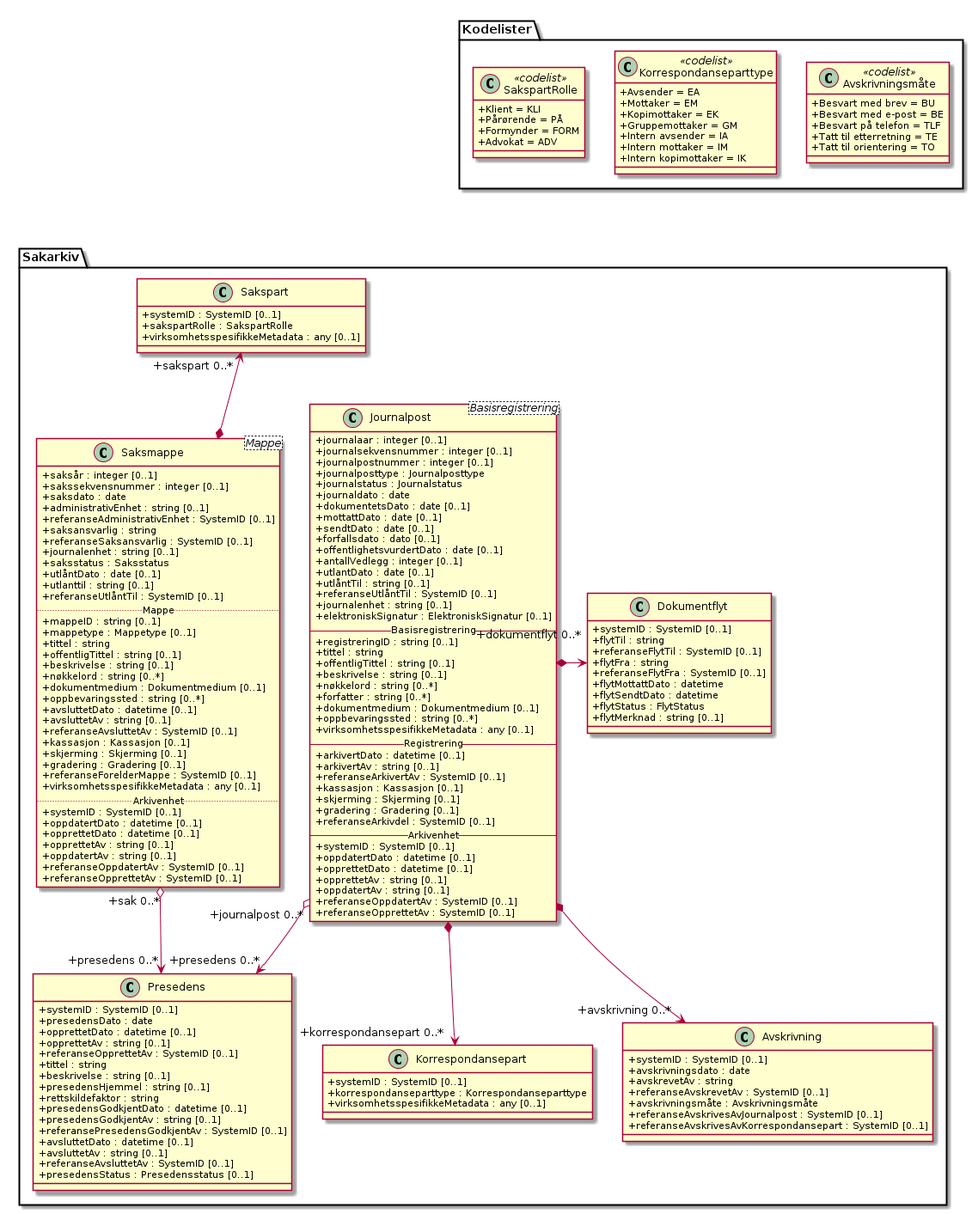
Above: kapitler/media/uml-klasse-saksbehandling.png in arkivverket/noark5-tjenestegrensesnitt-standard (PlantUML), before the change. Its diagram source:
```plantuml
@startuml
skinparam classAttributeIconSize 0

class Sakarkiv.Saksmappe <Mappe> {
  +saksår : integer [0..1]
  +sakssekvensnummer : integer [0..1]
  +saksdato : date
  +administrativEnhet : string [0..1]
  +referanseAdministrativEnhet : SystemID [0..1]
  +saksansvarlig : string
  +referanseSaksansvarlig : SystemID [0..1]
  +journalenhet : string [0..1]
  +saksstatus : Saksstatus
  +utlåntDato : date [0..1]
  +utlanttil : string [0..1]
  +referanseUtlåntTil : SystemID [0..1]

  .. Mappe ..
  +mappeID : string [0..1]
  +mappetype : Mappetype [0..1]
  +tittel : string
  +offentligTittel : string [0..1]
  +beskrivelse : string [0..1]
  +nøkkelord : string [0..*]
  +dokumentmedium : Dokumentmedium [0..1]
  +oppbevaringssted : string [0..*]
  +avsluttetDato : datetime [0..1]
  +avsluttetAv : string [0..1]
  +referanseAvsluttetAv : SystemID [0..1]
  +kassasjon : Kassasjon [0..1]
  +skjerming : Skjerming [0..1]
  +gradering : Gradering [0..1]
  +referanseForelderMappe : SystemID [0..1]
  +virksomhetsspesifikkeMetadata : any [0..1]

  .. Arkivenhet ..
  +systemID : SystemID [0..1]
  +oppdatertDato : datetime [0..1]
  +opprettetDato : datetime [0..1]
  +opprettetAv : string [0..1]
  +oppdatertAv : string [0..1]
  +referanseOppdatertAv : SystemID [0..1]
  +referanseOpprettetAv : SystemID [0..1]
}
class Sakarkiv.Presedens {
  +systemID : SystemID [0..1]
  +presedensDato : date
  +opprettetDato : datetime [0..1]
  +opprettetAv : string [0..1]
  +referanseOpprettetAv : SystemID [0..1]
  +tittel : string
  +beskrivelse : string [0..1]
  +presedensHjemmel : string [0..1]
  +rettskildefaktor : string
  +presedensGodkjentDato : datetime [0..1]
  +presedensGodkjentAv : string [0..1]
  +referansePresedensGodkjentAv : SystemID [0..1]
  +avsluttetDato : datetime [0..1]
  +avsluttetAv : string [0..1]
  +referanseAvsluttetAv : SystemID [0..1]
  +presedensStatus : Presedensstatus [0..1]
}
class Sakarkiv.Sakspart {
  +systemID : SystemID [0..1]
  +sakspartRolle : SakspartRolle
  +virksomhetsspesifikkeMetadata : any [0..1]
}
class Kodelister.SakspartRolle <<codelist>> {
  +Klient = KLI
  +Pårørende = PÅ
  +Formynder = FORM
  +Advokat = ADV
}
class Sakarkiv.Journalpost <Basisregistrering> {
  +journalaar : integer [0..1]
  +journalsekvensnummer : integer [0..1]
  +journalpostnummer : integer [0..1]
  +journalposttype : Journalposttype
  +journalstatus : Journalstatus
  +journaldato : date
  +dokumentetsDato : date [0..1]
  +mottattDato : date [0..1]
  +sendtDato : date [0..1]
  +forfallsdato : dato [0..1]
  +offentlighetsvurdertDato : date [0..1]
  +antallVedlegg : integer [0..1]
  +utlantDato : date [0..1]
  +utlåntTil : string [0..1]
  +referanseUtlåntTil : SystemID [0..1]
  +journalenhet : string [0..1]
  +elektroniskSignatur : ElektroniskSignatur [0..1]

  -- Basisregistrering --
  +registreringID : string [0..1]
  +tittel : string
  +offentligTittel : string [0..1]
  +beskrivelse : string [0..1]
  +nøkkelord : string [0..*]
  +forfatter : string [0..*]
  +dokumentmedium : Dokumentmedium [0..1]
  +oppbevaringssted : string [0..*]
  +virksomhetsspesifikkeMetadata : any [0..1]

  -- Registrering --
  +arkivertDato : datetime [0..1]
  +arkivertAv : string [0..1]
  +referanseArkivertAv : SystemID [0..1]
  +kassasjon : Kassasjon [0..1]
  +skjerming : Skjerming [0..1]
  +gradering : Gradering [0..1]
  +referanseArkivdel : SystemID [0..1]

  -- Arkivenhet --
  +systemID : SystemID [0..1]
  +oppdatertDato : datetime [0..1]
  +opprettetDato : datetime [0..1]
  +opprettetAv : string [0..1]
  +oppdatertAv : string [0..1]
  +referanseOppdatertAv : SystemID [0..1]
  +referanseOpprettetAv : SystemID [0..1]
}
class Sakarkiv.Korrespondansepart {
  +systemID : SystemID [0..1]
  +korrespondanseparttype : Korrespondanseparttype
  +virksomhetsspesifikkeMetadata : any [0..1]
}
class Kodelister.Korrespondanseparttype <<codelist>> {
  +Avsender = EA
  +Mottaker = EM
  +Kopimottaker = EK
  +Gruppemottaker = GM
  +Intern avsender = IA
  +Intern mottaker = IM
  +Intern kopimottaker = IK
}
class Sakarkiv.Avskrivning {
  +systemID : SystemID [0..1]
  +avskrivningsdato : date
  +avskrevetAv : string
  +referanseAvskrevetAv : SystemID [0..1]
  +avskrivningsmåte : Avskrivningsmåte
  +referanseAvskrivesAvJournalpost : SystemID [0..1]
  +referanseAvskrivesAvKorrespondansepart : SystemID [0..1]
}
class Kodelister.Avskrivningsmåte <<codelist>> {
  +Besvart med brev = BU
  +Besvart med e-post = BE
  +Besvart på telefon = TLF
  +Tatt til etterretning = TE
  +Tatt til orientering = TO
}
class Sakarkiv.Dokumentflyt {
  +systemID : SystemID [0..1]
  +flytTil : string
  +referanseFlytTil : SystemID [0..1]
  +flytFra : string
  +referanseFlytFra : SystemID [0..1]
  +flytMottattDato : datetime
  +flytSendtDato : datetime
  +flytStatus : FlytStatus
  +flytMerknad : string [0..1]
}

Sakarkiv.Sakspart "+sakspart 0..*" <--* Sakarkiv.Saksmappe
Kodelister.SakspartRolle <-[hidden]--  Sakarkiv.Sakspart
Sakarkiv.Saksmappe "+sak 0..*" o--> "+presedens 0..*" Sakarkiv.Presedens
Sakarkiv.Journalpost "+journalpost 0..*" o--> "+presedens 0..*" Sakarkiv.Presedens
Sakarkiv.Journalpost *--> "+korrespondansepart 0..*" Sakarkiv.Korrespondansepart
Kodelister.Korrespondanseparttype <-[hidden]-- Sakarkiv.Korrespondansepart
Sakarkiv.Journalpost *--> "+avskrivning 0..*" Sakarkiv.Avskrivning
Kodelister.Avskrivningsmåte  <-[hidden]- Sakarkiv.Avskrivning
Sakarkiv.Journalpost *-> "+dokumentflyt 0..*" Sakarkiv.Dokumentflyt
@enduml
```
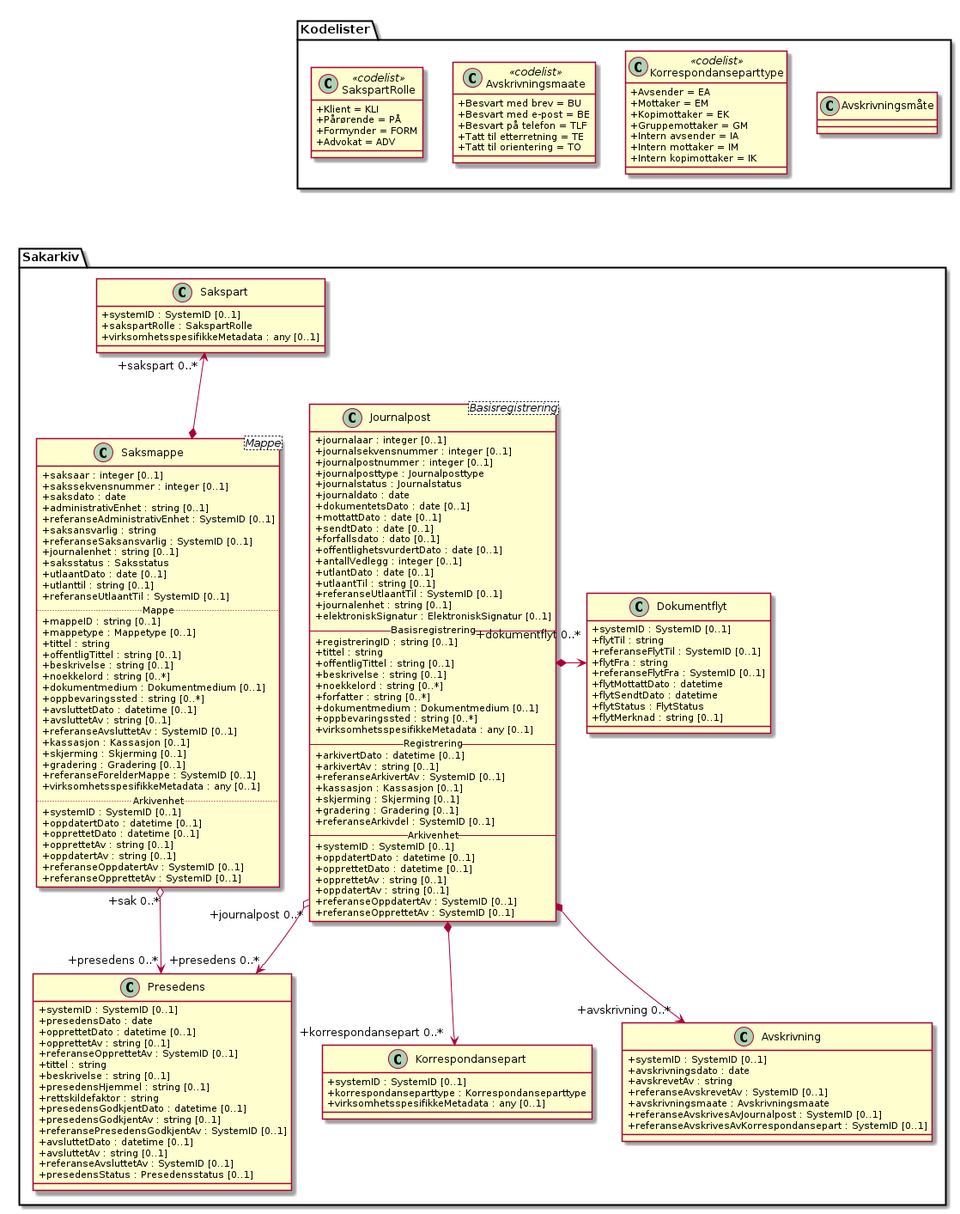
After the change.

Change to the diagram source:
```diff
@@ -2,7 +2,7 @@
 skinparam classAttributeIconSize 0
 
 class Sakarkiv.Saksmappe <Mappe> {
-  +saksår : integer [0..1]
+  +saksaar : integer [0..1]
   +sakssekvensnummer : integer [0..1]
   +saksdato : date
   +administrativEnhet : string [0..1]
@@ -11,9 +11,9 @@
   +referanseSaksansvarlig : SystemID [0..1]
   +journalenhet : string [0..1]
   +saksstatus : Saksstatus
-  +utlåntDato : date [0..1]
+  +utlaantDato : date [0..1]
   +utlanttil : string [0..1]
-  +referanseUtlåntTil : SystemID [0..1]
+  +referanseUtlaantTil : SystemID [0..1]
 
   .. Mappe ..
   +mappeID : string [0..1]
@@ -21,7 +21,7 @@
   +tittel : string
   +offentligTittel : string [0..1]
   +beskrivelse : string [0..1]
-  +nøkkelord : string [0..*]
+  +noekkelord : string [0..*]
   +dokumentmedium : Dokumentmedium [0..1]
   +oppbevaringssted : string [0..*]
   +avsluttetDato : datetime [0..1]
@@ -85,8 +85,8 @@
   +offentlighetsvurdertDato : date [0..1]
   +antallVedlegg : integer [0..1]
   +utlantDato : date [0..1]
-  +utlåntTil : string [0..1]
-  +referanseUtlåntTil : SystemID [0..1]
+  +utlaantTil : string [0..1]
+  +referanseUtlaantTil : SystemID [0..1]
   +journalenhet : string [0..1]
   +elektroniskSignatur : ElektroniskSignatur [0..1]
 
@@ -95,7 +95,7 @@
   +tittel : string
   +offentligTittel : string [0..1]
   +beskrivelse : string [0..1]
-  +nøkkelord : string [0..*]
+  +noekkelord : string [0..*]
   +forfatter : string [0..*]
   +dokumentmedium : Dokumentmedium [0..1]
   +oppbevaringssted : string [0..*]
@@ -138,11 +138,11 @@
   +avskrivningsdato : date
   +avskrevetAv : string
   +referanseAvskrevetAv : SystemID [0..1]
-  +avskrivningsmåte : Avskrivningsmåte
+  +avskrivningsmaate : Avskrivningsmaate
   +referanseAvskrivesAvJournalpost : SystemID [0..1]
   +referanseAvskrivesAvKorrespondansepart : SystemID [0..1]
 }
-class Kodelister.Avskrivningsmåte <<codelist>> {
+class Kodelister.Avskrivningsmaate <<codelist>> {
   +Besvart med brev = BU
   +Besvart med e-post = BE
   +Besvart på telefon = TLF
```
